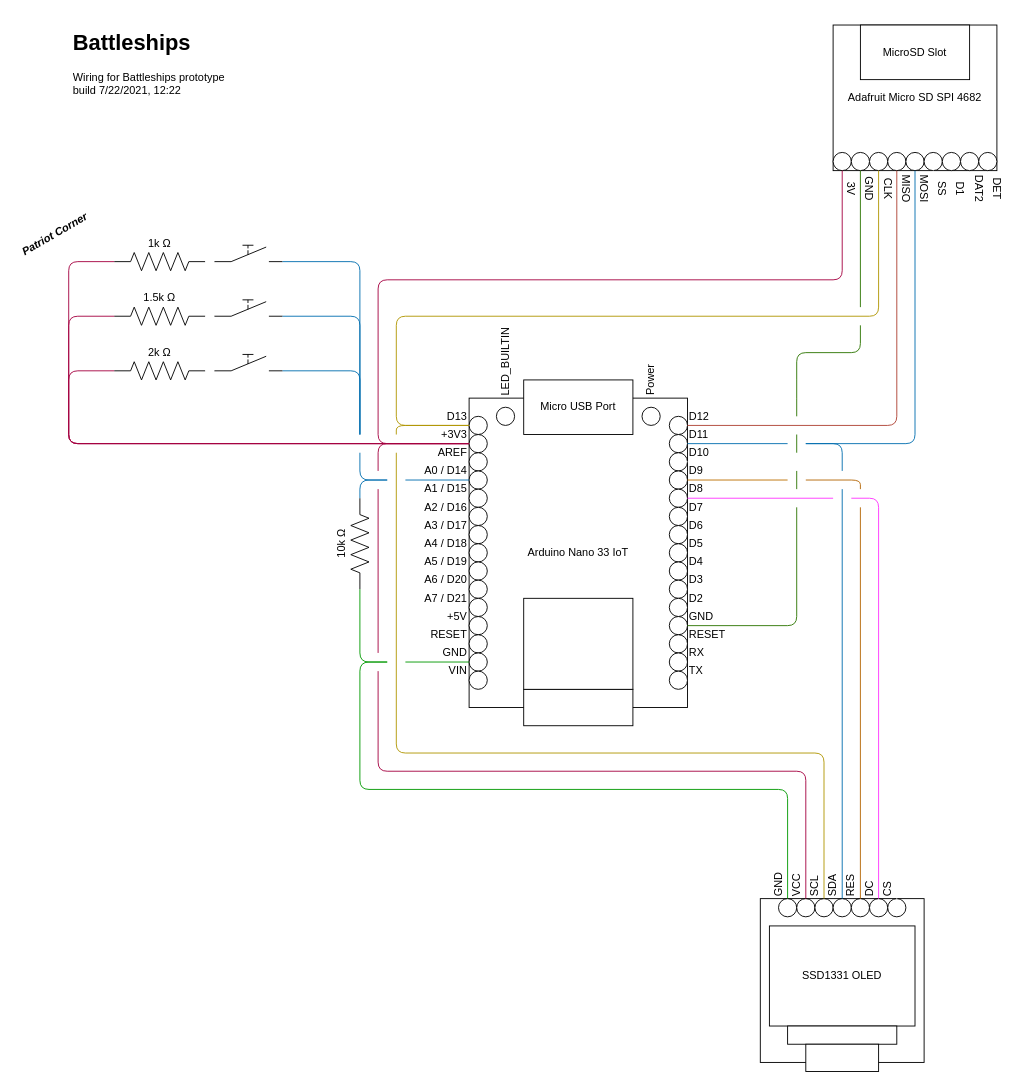
Earlier version of the draw.io diagram Prototype/Wiring Diagram.drawio (Matt-Anders-Gib/Battleships). Source tidied: cells renumbered, new cells numbered last; positions are measured from the earlier drawing's top-left corner, leaving out a move shared by most shapes. Both pictures are drawn from the tidied source at 91%, with x=0, y=0 at pixel (14, 25).
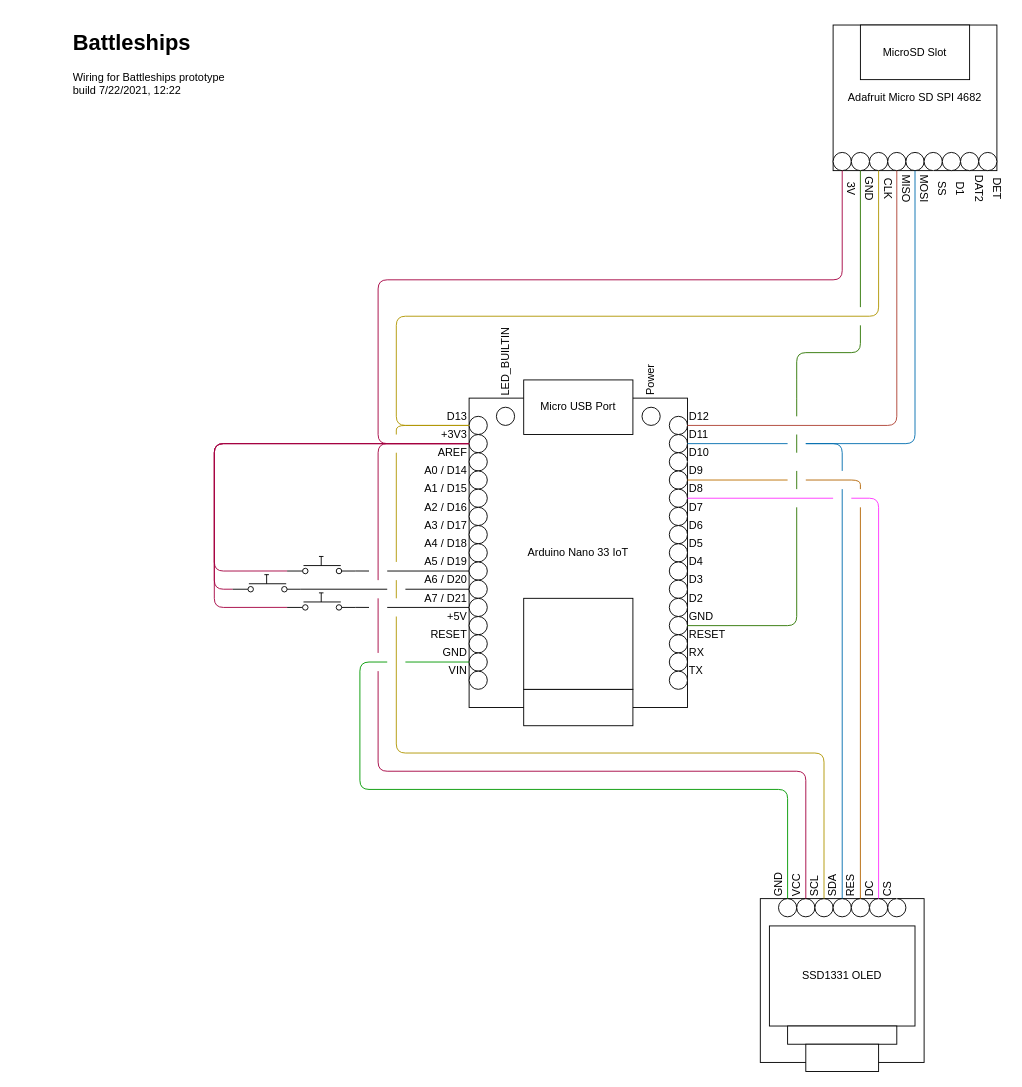
After the change.

Commit message:
Digital buttons

The change refers to these unchanged cells:
```xml
<mxCell id="39" style="ellipse;whiteSpace=wrap;html=1;" parent="3" vertex="1">
  <mxGeometry x="500" y="450" width="20" height="20" as="geometry" />
</mxCell>
<mxCell id="41" style="ellipse;whiteSpace=wrap;html=1;" parent="3" vertex="1">
  <mxGeometry x="500" y="490" width="20" height="20" as="geometry" />
</mxCell>
<mxCell id="47" style="ellipse;whiteSpace=wrap;html=1;" parent="3" vertex="1">
  <mxGeometry x="500" y="610" width="20" height="20" as="geometry" />
</mxCell>
<mxCell id="48" style="ellipse;whiteSpace=wrap;html=1;" parent="3" vertex="1">
  <mxGeometry x="500" y="630" width="20" height="20" as="geometry" />
</mxCell>
<mxCell id="75" style="ellipse;whiteSpace=wrap;html=1;" parent="72" vertex="1">
  <mxGeometry x="880" y="960" width="20" height="20" as="geometry" />
</mxCell>
```

The edit, as a diff of the source:
```diff
@@
     <mxCell id="92" style="endArrow=none;html=1;entryX=0;entryY=0.5;entryDx=0;entryDy=0;fillColor=#d80073;strokeColor=#A50040;" parent="90" edge="1" target="39">
       <mxGeometry relative="1" as="geometry">
-        <mxPoint x="400" y="490" as="sourcePoint" />
+        <mxPoint x="400" y="610" as="sourcePoint" />
         <Array as="points">
           <mxPoint x="400" y="460" />
         </Array>
       </mxGeometry>
     </mxCell>
@@
     <mxCell id="94" style="endArrow=none;html=1;exitX=0.5;exitY=0;exitDx=0;exitDy=0;fillColor=#e3c800;strokeColor=#B09500;" parent="90" edge="1" source="75">
       <mxGeometry relative="1" as="geometry">
-        <mxPoint x="420" y="470" as="targetPoint" />
+        <mxPoint x="420" y="650" as="targetPoint" />
         <Array as="points">
           <mxPoint x="890" y="800" />
           <mxPoint x="420" y="800" />
         </Array>
       </mxGeometry>
     </mxCell>
@@
-    <mxCell id="107" parent="0" />
-    <mxCell id="108" style="verticalLabelPosition=bottom;shadow=0;dashed=0;align=center;html=1;verticalAlign=top;shape=mxgraph.electrical.electro-mechanical.manual_switch;" parent="107" vertex="1">
-      <mxGeometry x="220" y="242" width="75" height="18" as="geometry" />
-    </mxCell>
-    <mxCell id="109" style="verticalLabelPosition=bottom;shadow=0;dashed=0;align=center;html=1;verticalAlign=top;shape=mxgraph.electrical.electro-mechanical.manual_switch;" parent="107" vertex="1">
-      <mxGeometry x="220" y="302" width="75" height="18" as="geometry" />
-    </mxCell>
-    <mxCell id="110" style="verticalLabelPosition=bottom;shadow=0;dashed=0;align=center;html=1;verticalAlign=top;shape=mxgraph.electrical.electro-mechanical.manual_switch;" parent="107" vertex="1">
-      <mxGeometry x="220" y="362" width="75" height="18" as="geometry" />
-    </mxCell>
-    <mxCell id="111" parent="0" />
-    <mxCell id="112" style="verticalLabelPosition=bottom;shadow=0;dashed=0;align=center;html=1;verticalAlign=top;shape=mxgraph.electrical.resistors.resistor_2;" parent="111" vertex="1">
-      <mxGeometry x="110" y="250" width="100" height="20" as="geometry" />
-    </mxCell>
-    <mxCell id="113" style="verticalLabelPosition=bottom;shadow=0;dashed=0;align=center;html=1;verticalAlign=top;shape=mxgraph.electrical.resistors.resistor_2;" parent="111" vertex="1">
-      <mxGeometry x="110" y="310" width="100" height="20" as="geometry" />
-    </mxCell>
-    <mxCell id="114" style="verticalLabelPosition=bottom;shadow=0;dashed=0;align=center;html=1;verticalAlign=top;shape=mxgraph.electrical.resistors.resistor_2;" parent="111" vertex="1">
-      <mxGeometry x="110" y="370" width="100" height="20" as="geometry" />
-    </mxCell>
-    <mxCell id="115" value="1k Ω" style="text;html=1;strokeColor=none;fillColor=none;align=center;verticalAlign=middle;whiteSpace=wrap;rounded=0;" parent="111" vertex="1">
-      <mxGeometry x="140" y="230" width="40" height="20" as="geometry" />
-    </mxCell>
-    <mxCell id="116" value="1.5k Ω" style="text;html=1;strokeColor=none;fillColor=none;align=center;verticalAlign=middle;whiteSpace=wrap;rounded=0;" parent="111" vertex="1">
-      <mxGeometry x="140" y="290" width="40" height="20" as="geometry" />
-    </mxCell>
-    <mxCell id="117" value="2k Ω" style="text;html=1;strokeColor=none;fillColor=none;align=center;verticalAlign=middle;whiteSpace=wrap;rounded=0;" parent="111" vertex="1">
-      <mxGeometry x="140" y="350" width="40" height="20" as="geometry" />
-    </mxCell>
-    <mxCell id="118" style="endArrow=none;html=1;strokeColor=#FFFFFF;exitX=1;exitY=0.5;exitDx=0;exitDy=0;exitPerimeter=0;entryX=0;entryY=1;entryDx=0;entryDy=0;entryPerimeter=0;" parent="111" edge="1" source="112" target="108">
-      <mxGeometry relative="1" as="geometry" />
-    </mxCell>
-    <mxCell id="119" style="endArrow=none;html=1;strokeColor=#FFFFFF;exitX=1;exitY=0.5;exitDx=0;exitDy=0;exitPerimeter=0;entryX=0;entryY=1;entryDx=0;entryDy=0;entryPerimeter=0;" parent="111" edge="1" source="113" target="109">
-      <mxGeometry relative="1" as="geometry" />
-    </mxCell>
-    <mxCell id="120" style="endArrow=none;html=1;strokeColor=#FFFFFF;exitX=1;exitY=0.5;exitDx=0;exitDy=0;exitPerimeter=0;entryX=0;entryY=1;entryDx=0;entryDy=0;entryPerimeter=0;" parent="111" edge="1" source="114" target="110">
-      <mxGeometry relative="1" as="geometry" />
-    </mxCell>
-    <mxCell id="121" style="endArrow=none;html=1;strokeColor=#A50040;entryX=0;entryY=0.5;entryDx=0;entryDy=0;exitX=0;exitY=0.5;exitDx=0;exitDy=0;exitPerimeter=0;fillColor=#d80073;" parent="111" edge="1" source="112" target="39">
-      <mxGeometry relative="1" as="geometry">
-        <Array as="points">
-          <mxPoint x="60" y="260" />
-          <mxPoint x="60" y="460" />
-        </Array>
-      </mxGeometry>
-    </mxCell>
-    <mxCell id="122" style="endArrow=none;html=1;strokeColor=#A50040;entryX=0;entryY=0.5;entryDx=0;entryDy=0;entryPerimeter=0;exitX=0;exitY=0.5;exitDx=0;exitDy=0;fillColor=#d80073;" parent="111" edge="1" source="39" target="113">
-      <mxGeometry relative="1" as="geometry">
-        <Array as="points">
-          <mxPoint x="60" y="460" />
-          <mxPoint x="60" y="320" />
-        </Array>
-      </mxGeometry>
-    </mxCell>
-    <mxCell id="123" style="endArrow=none;html=1;strokeColor=#A50040;entryX=0;entryY=0.5;entryDx=0;entryDy=0;entryPerimeter=0;exitX=0;exitY=0.5;exitDx=0;exitDy=0;fillColor=#d80073;" parent="111" edge="1" source="39" target="114">
-      <mxGeometry relative="1" as="geometry">
-        <Array as="points">
-          <mxPoint x="60" y="460" />
-          <mxPoint x="60" y="380" />
-        </Array>
-      </mxGeometry>
-    </mxCell>
-    <mxCell id="124" style="verticalLabelPosition=bottom;shadow=0;dashed=0;align=center;html=1;verticalAlign=top;shape=mxgraph.electrical.resistors.resistor_2;rotation=-90;" parent="111" vertex="1">
-      <mxGeometry x="330" y="560" width="100" height="20" as="geometry" />
-    </mxCell>
-    <mxCell id="125" value="10k Ω" style="text;html=1;strokeColor=none;fillColor=none;align=center;verticalAlign=middle;whiteSpace=wrap;rounded=0;rotation=-90;" parent="111" vertex="1">
-      <mxGeometry x="340" y="560" width="40" height="20" as="geometry" />
-    </mxCell>
-    <mxCell id="126" style="endArrow=none;html=1;exitX=0;exitY=0.5;exitDx=0;exitDy=0;exitPerimeter=0;strokeColor=#009900;" parent="111" edge="1" source="124">
-      <mxGeometry relative="1" as="geometry">
-        <mxPoint x="410" y="700" as="targetPoint" />
-        <Array as="points">
-          <mxPoint x="380" y="700" />
-        </Array>
-      </mxGeometry>
-    </mxCell>
-    <mxCell id="127" style="endArrow=none;html=1;strokeColor=#006EAF;entryX=0;entryY=0.5;entryDx=0;entryDy=0;fillColor=#1ba1e2;" parent="111" edge="1" target="41">
-      <mxGeometry relative="1" as="geometry">
-        <mxPoint x="430" y="500" as="sourcePoint" />
-      </mxGeometry>
-    </mxCell>
-    <mxCell id="128" style="endArrow=none;html=1;strokeColor=#006EAF;exitX=1;exitY=0.5;exitDx=0;exitDy=0;exitPerimeter=0;fillColor=#1ba1e2;" parent="111" edge="1" source="124">
-      <mxGeometry relative="1" as="geometry">
-        <mxPoint x="410" y="500" as="targetPoint" />
-        <Array as="points">
-          <mxPoint x="380" y="500" />
-        </Array>
-      </mxGeometry>
-    </mxCell>
-    <mxCell id="129" style="endArrow=none;html=1;strokeColor=#A50040;fillColor=#d80073;" parent="111" edge="1">
-      <mxGeometry relative="1" as="geometry">
-        <mxPoint x="400" y="690" as="sourcePoint" />
-        <mxPoint x="400" y="510" as="targetPoint" />
-      </mxGeometry>
-    </mxCell>
-    <mxCell id="130" style="endArrow=none;html=1;strokeColor=#006EAF;entryX=1;entryY=1;entryDx=0;entryDy=0;entryPerimeter=0;fillColor=#1ba1e2;" parent="111" edge="1" target="108">
-      <mxGeometry relative="1" as="geometry">
-        <mxPoint x="380" y="450" as="sourcePoint" />
-        <Array as="points">
-          <mxPoint x="380" y="260" />
-        </Array>
-      </mxGeometry>
-    </mxCell>
-    <mxCell id="131" style="endArrow=none;html=1;strokeColor=#006EAF;exitX=1;exitY=1;exitDx=0;exitDy=0;exitPerimeter=0;fillColor=#1ba1e2;" parent="111" edge="1" source="109">
-      <mxGeometry relative="1" as="geometry">
-        <mxPoint x="380" y="450" as="targetPoint" />
-        <Array as="points">
-          <mxPoint x="380" y="320" />
-        </Array>
-      </mxGeometry>
-    </mxCell>
-    <mxCell id="132" style="endArrow=none;html=1;strokeColor=#006EAF;exitX=1;exitY=1;exitDx=0;exitDy=0;exitPerimeter=0;fillColor=#1ba1e2;" parent="111" edge="1" source="110">
-      <mxGeometry relative="1" as="geometry">
-        <mxPoint x="380" y="450" as="targetPoint" />
-        <Array as="points">
-          <mxPoint x="380" y="380" />
-        </Array>
-      </mxGeometry>
-    </mxCell>
-    <mxCell id="133" style="endArrow=none;html=1;strokeColor=#006EAF;fillColor=#1ba1e2;" parent="111" edge="1">
-      <mxGeometry relative="1" as="geometry">
-        <mxPoint x="380" y="470" as="sourcePoint" />
-        <mxPoint x="410" y="500" as="targetPoint" />
-        <Array as="points">
-          <mxPoint x="380" y="500" />
-        </Array>
-      </mxGeometry>
-    </mxCell>
+    <mxCell id="168" style="endArrow=none;html=1;strokeColor=#A50040;fillColor=#d80073;" parent="90" edge="1">
+      <mxGeometry relative="1" as="geometry">
+        <mxPoint x="400" y="690" as="sourcePoint" />
+        <mxPoint x="400" y="630" as="targetPoint" />
+      </mxGeometry>
+    </mxCell>
+    <mxCell id="169" style="endArrow=none;html=1;fillColor=#e3c800;strokeColor=#B09500;" parent="90" edge="1">
+      <mxGeometry relative="1" as="geometry">
+        <mxPoint x="420" y="590" as="sourcePoint" />
+        <mxPoint x="420" y="470" as="targetPoint" />
+      </mxGeometry>
+    </mxCell>
+    <mxCell id="170" style="endArrow=none;html=1;fillColor=#e3c800;strokeColor=#B09500;" parent="90" edge="1">
+      <mxGeometry relative="1" as="geometry">
+        <mxPoint x="420" y="630" as="sourcePoint" />
+        <mxPoint x="420" y="610" as="targetPoint" />
+      </mxGeometry>
+    </mxCell>
@@
-    <mxCell id="156" value="Patriot Corner" style="text;html=1;strokeColor=none;fillColor=none;align=center;verticalAlign=middle;whiteSpace=wrap;rounded=0;rotation=-30;fontStyle=3;" parent="134" vertex="1">
-      <mxGeometry y="220" width="90" height="20" as="geometry" />
-    </mxCell>
@@
+    <mxCell id="171" parent="0" />
+    <mxCell id="172" style="verticalLabelPosition=bottom;shadow=0;dashed=0;align=center;html=1;verticalAlign=top;shape=mxgraph.electrical.electro-mechanical.push_switch_no;" parent="171" vertex="1">
+      <mxGeometry x="300" y="624" width="75" height="19" as="geometry" />
+    </mxCell>
+    <mxCell id="173" style="verticalLabelPosition=bottom;shadow=0;dashed=0;align=center;html=1;verticalAlign=top;shape=mxgraph.electrical.electro-mechanical.push_switch_no;" parent="171" vertex="1">
+      <mxGeometry x="240" y="604" width="75" height="19" as="geometry" />
+    </mxCell>
+    <mxCell id="174" style="verticalLabelPosition=bottom;shadow=0;dashed=0;align=center;html=1;verticalAlign=top;shape=mxgraph.electrical.electro-mechanical.push_switch_no;" parent="171" vertex="1">
+      <mxGeometry x="300" y="584" width="75" height="19" as="geometry" />
+    </mxCell>
+    <mxCell id="175" parent="0" />
+    <mxCell id="176" style="endArrow=none;html=1;exitX=1;exitY=0.84;exitDx=0;exitDy=0;exitPerimeter=0;" parent="175" edge="1" source="173">
+      <mxGeometry relative="1" as="geometry">
+        <mxPoint x="410" y="620" as="targetPoint" />
+      </mxGeometry>
+    </mxCell>
+    <mxCell id="177" style="endArrow=none;html=1;entryX=1;entryY=0.84;entryDx=0;entryDy=0;entryPerimeter=0;" parent="175" edge="1" target="172">
+      <mxGeometry relative="1" as="geometry">
+        <mxPoint x="390" y="640" as="sourcePoint" />
+      </mxGeometry>
+    </mxCell>
+    <mxCell id="178" style="endArrow=none;html=1;exitX=1;exitY=0.84;exitDx=0;exitDy=0;exitPerimeter=0;" parent="175" edge="1" source="174">
+      <mxGeometry relative="1" as="geometry">
+        <mxPoint x="390" y="600" as="targetPoint" />
+      </mxGeometry>
+    </mxCell>
+    <mxCell id="179" style="endArrow=none;html=1;entryX=0;entryY=0.5;entryDx=0;entryDy=0;" parent="175" edge="1" target="48">
+      <mxGeometry relative="1" as="geometry">
+        <mxPoint x="410" y="640" as="sourcePoint" />
+      </mxGeometry>
+    </mxCell>
+    <mxCell id="180" style="endArrow=none;html=1;entryX=0;entryY=0.5;entryDx=0;entryDy=0;" parent="175" edge="1" target="47">
+      <mxGeometry relative="1" as="geometry">
+        <mxPoint x="430" y="620" as="sourcePoint" />
+      </mxGeometry>
+    </mxCell>
+    <mxCell id="181" style="endArrow=none;html=1;entryX=0;entryY=0.5;entryDx=0;entryDy=0;" parent="175" edge="1">
+      <mxGeometry relative="1" as="geometry">
+        <mxPoint x="410" y="600" as="sourcePoint" />
+        <mxPoint x="500" y="600" as="targetPoint" />
+      </mxGeometry>
+    </mxCell>
+    <mxCell id="182" style="endArrow=none;html=1;entryX=0;entryY=0.5;entryDx=0;entryDy=0;exitX=0;exitY=0.84;exitDx=0;exitDy=0;exitPerimeter=0;fillColor=#d80073;strokeColor=#A50040;" parent="175" edge="1" source="172" target="39">
+      <mxGeometry relative="1" as="geometry">
+        <Array as="points">
+          <mxPoint x="220" y="640" />
+          <mxPoint x="220" y="460" />
+        </Array>
+      </mxGeometry>
+    </mxCell>
+    <mxCell id="183" style="endArrow=none;html=1;entryX=0;entryY=0.5;entryDx=0;entryDy=0;exitX=0;exitY=0.84;exitDx=0;exitDy=0;exitPerimeter=0;fillColor=#d80073;strokeColor=#A50040;" parent="175" edge="1" source="173" target="39">
+      <mxGeometry relative="1" as="geometry">
+        <Array as="points">
+          <mxPoint x="220" y="620" />
+          <mxPoint x="220" y="460" />
+        </Array>
+      </mxGeometry>
+    </mxCell>
+    <mxCell id="184" style="endArrow=none;html=1;entryX=0;entryY=0.5;entryDx=0;entryDy=0;exitX=0;exitY=0.84;exitDx=0;exitDy=0;exitPerimeter=0;fillColor=#d80073;strokeColor=#A50040;" parent="175" edge="1" source="174" target="39">
+      <mxGeometry relative="1" as="geometry">
+        <Array as="points">
+          <mxPoint x="220" y="600" />
+          <mxPoint x="220" y="460" />
+        </Array>
+      </mxGeometry>
+    </mxCell>
```
